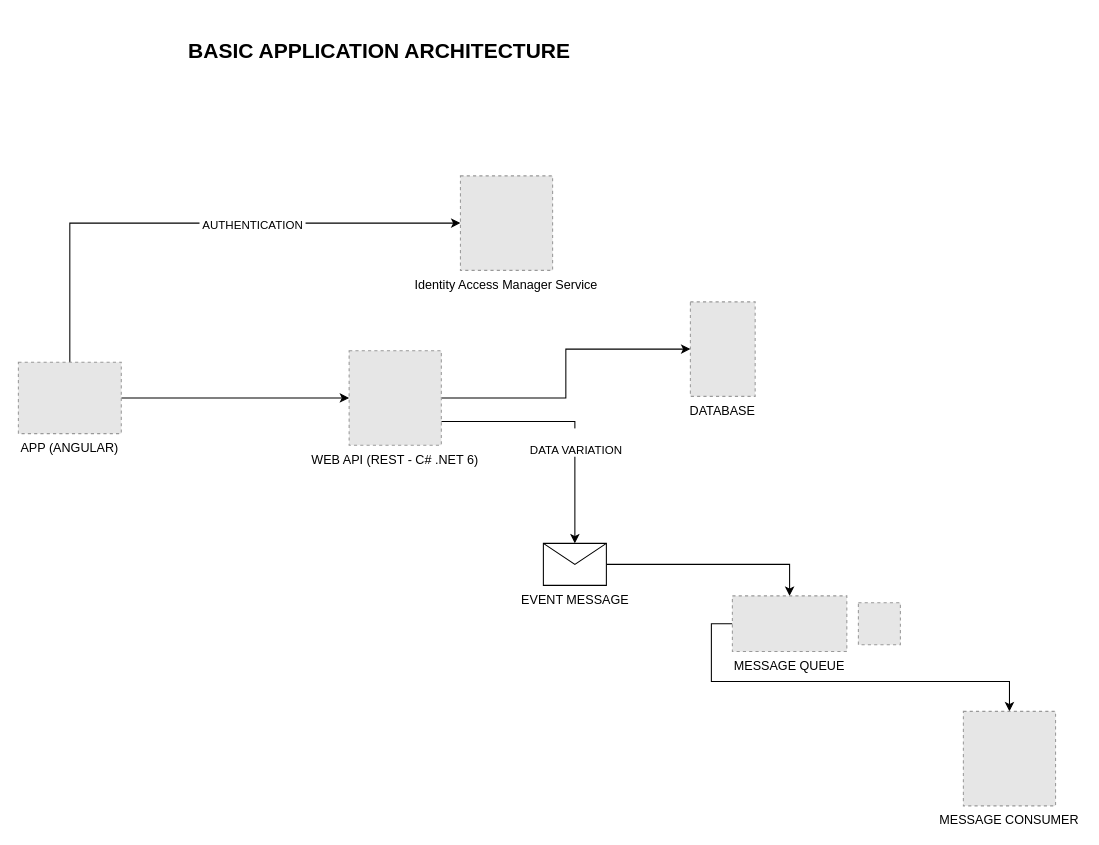
Above: Untitled Diagram.drawio in whebz/chartjs-chart-geo (draw.io), before the change. Source tidied: cells renumbered, new cells numbered last; positions are measured from the earlier drawing's top-left corner, leaving out a move shared by most shapes. Both pictures are drawn from the tidied source at 105%, with x=0, y=0 at pixel (18, 18). Pictures stored in the file or linked from it are replaced by grey dashed boxes.
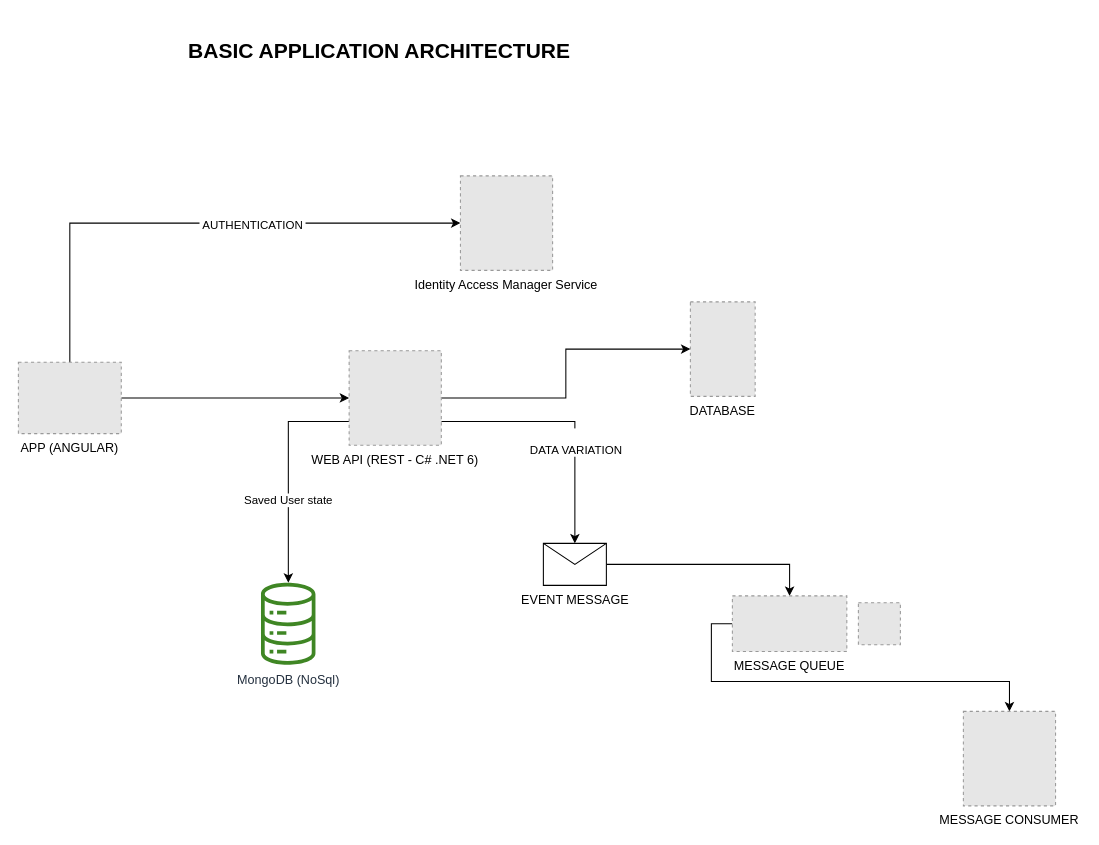
Above is the later version.

Unchanged cells that the change refers to:
```xml
<mxCell id="12" value="WEB API (REST - C# .NET 6)" style="fillColor=#E6E6E6;strokeColor=#999999;dashed=1;verticalLabelPosition=bottom;labelBackgroundColor=#ffffff;verticalAlign=top;" parent="1" vertex="1">
  <mxGeometry x="315" y="316.5" width="87.8" height="90" as="geometry" />
</mxCell>
```

What changed in the source:
```diff
@@
+    <mxCell id="19" style="edgeStyle=orthogonalEdgeStyle;rounded=0;jettySize=auto;html=1;exitX=0;exitY=0.75;exitDx=0;exitDy=0;" parent="1" edge="1" source="12" target="21">
+      <mxGeometry relative="1" as="geometry" />
+    </mxCell>
+    <mxCell id="20" value="Saved User state" style="edgeLabel;html=1;align=center;verticalAlign=middle;" parent="19" vertex="1">
+      <mxGeometry x="0.25" y="-1" relative="1" as="geometry" />
+    </mxCell>
@@
+    <mxCell id="21" value="MongoDB (NoSql)" style="sketch=0;outlineConnect=0;fontColor=#232F3E;gradientColor=none;fillColor=#3F8624;strokeColor=none;dashed=0;verticalLabelPosition=bottom;verticalAlign=top;align=center;html=1;fontSize=12;fontStyle=0;shape=mxgraph.aws4.iot_analytics_data_store;" parent="1" vertex="1">
+      <mxGeometry x="230" y="537.5" width="54" height="78" as="geometry" />
+    </mxCell>
```
